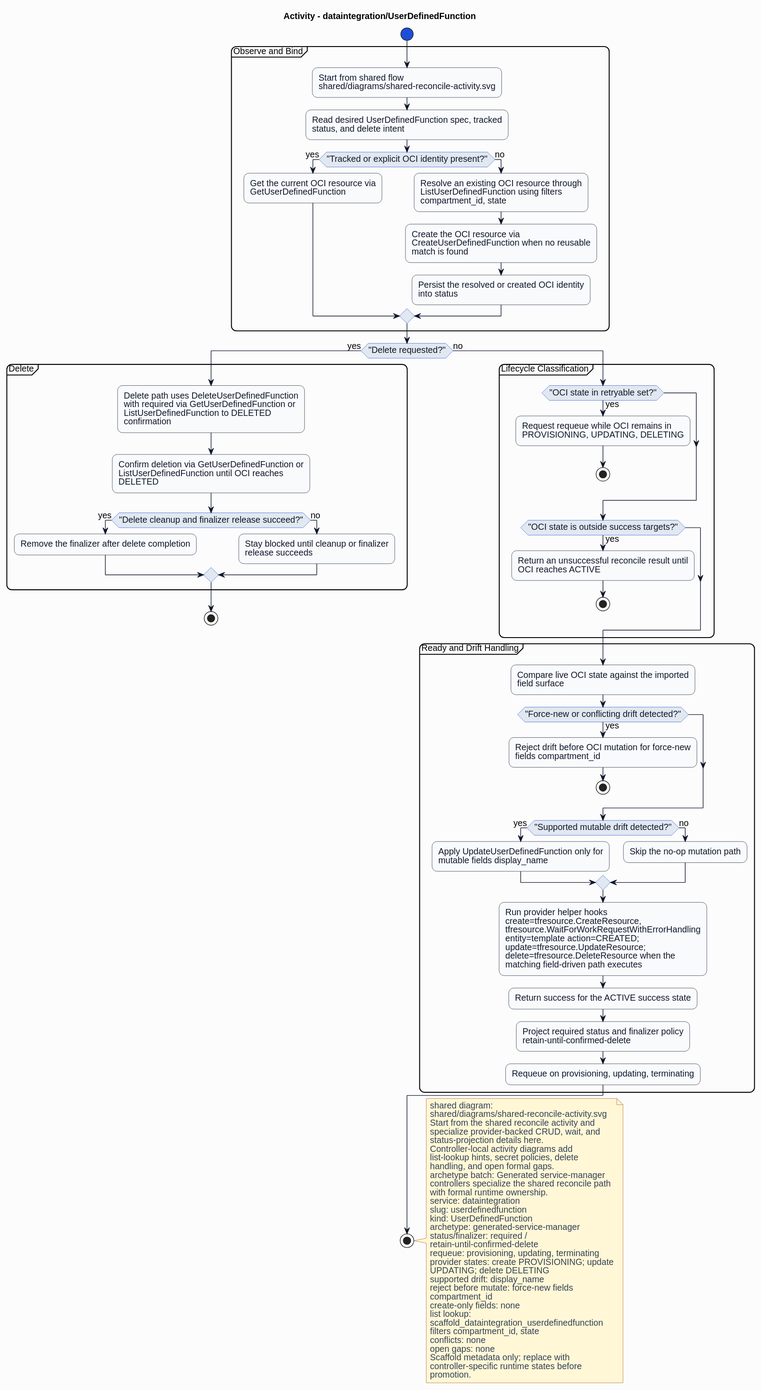
HaoyL666/oci-service-operator keeps this PlantUML diagram as formal/controllers/dataintegration/userdefinedfunction/diagrams/activity.svg. Above is the earlier version.
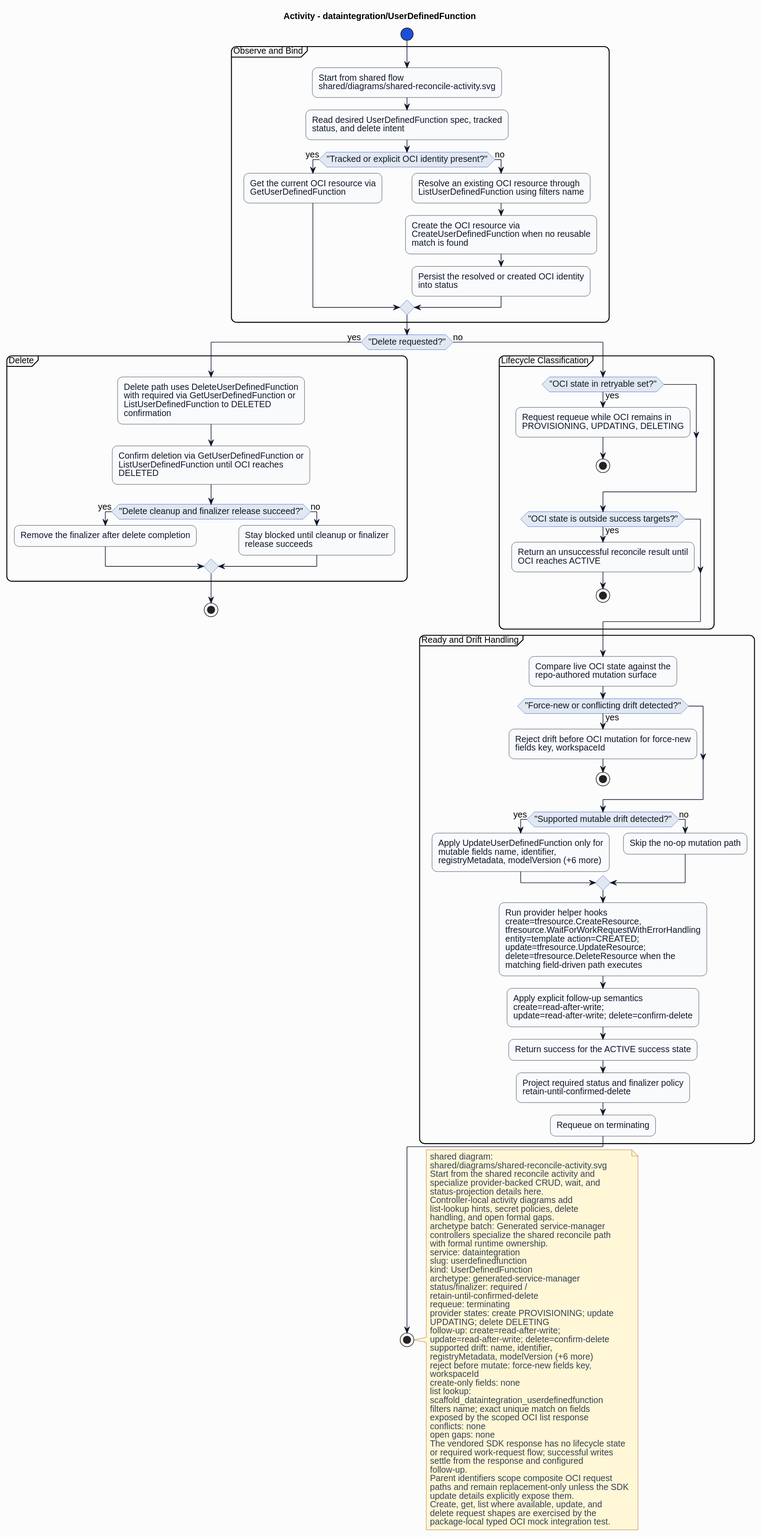
After the commit.

The edit, as a diff of the source:
```diff
@@ -27,7 +27,7 @@
 if ("Tracked or explicit OCI identity present?") then (yes)
 :Get the current OCI resource via\nGetUserDefinedFunction;
 else (no)
-:Resolve an existing OCI resource through\nListUserDefinedFunction using filters\ncompartment_id, state;
+:Resolve an existing OCI resource through\nListUserDefinedFunction using filters name;
 :Create the OCI resource via\nCreateUserDefinedFunction when no reusable\nmatch is found;
 :Persist the resolved or created OCI identity\ninto status;
 endif
@@ -55,20 +55,21 @@
 endif
 }
 partition "Ready and Drift Handling" {
-:Compare live OCI state against the imported\nfield surface;
+:Compare live OCI state against the\nrepo-authored mutation surface;
 if ("Force-new or conflicting drift detected?") then (yes)
-:Reject drift before OCI mutation for force-new\nfields compartment_id;
+:Reject drift before OCI mutation for force-new\nfields key, workspaceId;
 stop
 endif
 if ("Supported mutable drift detected?") then (yes)
-:Apply UpdateUserDefinedFunction only for\nmutable fields display_name;
+:Apply UpdateUserDefinedFunction only for\nmutable fields name, identifier,\nregistryMetadata, modelVersion (+6 more);
 else (no)
 :Skip the no-op mutation path;
 endif
 :Run provider helper hooks\ncreate=tfresource.CreateResource,\ntfresource.WaitForWorkRequestWithErrorHandling\nentity=template action=CREATED;\nupdate=tfresource.UpdateResource;\ndelete=tfresource.DeleteResource when the\nmatching field-driven path executes;
+:Apply explicit follow-up semantics\ncreate=read-after-write;\nupdate=read-after-write; delete=confirm-delete;
 :Return success for the ACTIVE success state;
 :Project required status and finalizer policy\nretain-until-confirmed-delete;
-:Requeue on provisioning, updating, terminating;
+:Requeue on terminating;
 }
 endif
 stop
@@ -90,20 +91,31 @@
 archetype: generated-service-manager
 status/finalizer: required /
 retain-until-confirmed-delete
-requeue: provisioning, updating, terminating
+requeue: terminating
 provider states: create PROVISIONING; update
 UPDATING; delete DELETING
-supported drift: display_name
-reject before mutate: force-new fields
-compartment_id
+follow-up: create=read-after-write;
+update=read-after-write; delete=confirm-delete
+supported drift: name, identifier,
+registryMetadata, modelVersion (+6 more)
+reject before mutate: force-new fields key,
+workspaceId
 create-only fields: none
 list lookup:
 scaffold_dataintegration_userdefinedfunction
-filters compartment_id, state
+filters name; exact unique match on fields
+exposed by the scoped OCI list response
 conflicts: none
 open gaps: none
-Scaffold metadata only; replace with
-controller-specific runtime states before
-promotion.
+The vendored SDK response has no lifecycle state
+or required work-request flow; successful writes
+settle from the response and configured
+follow-up.
+Parent identifiers scope composite OCI request
+paths and remain replacement-only unless the SDK
+update details explicitly expose them.
+Create, get, list where available, update, and
+delete request shapes are exercised by the
+package-local typed OCI mock integration test.
 end note
 @enduml
```
